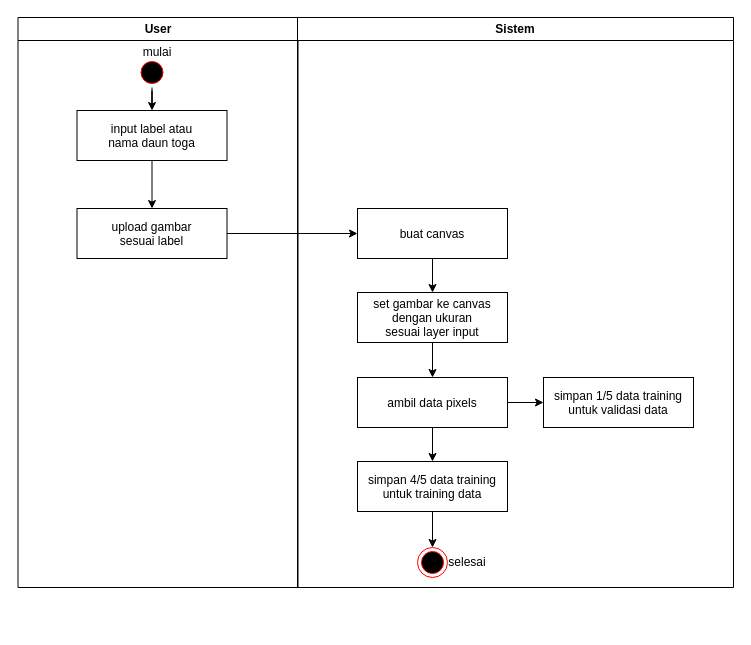
Before: page "input dataset" (3 of 7) of diagram/ActivityDiagram.drawio in fifinal/skripsi-cnn-toga, a draw.io diagram. Source tidied: cells renumbered, new cells numbered last; positions are measured from the earlier drawing's top-left corner, leaving out a move shared by most shapes. Both pictures are drawn from the tidied source at 100%, with x=0, y=0 at pixel (17, 17).
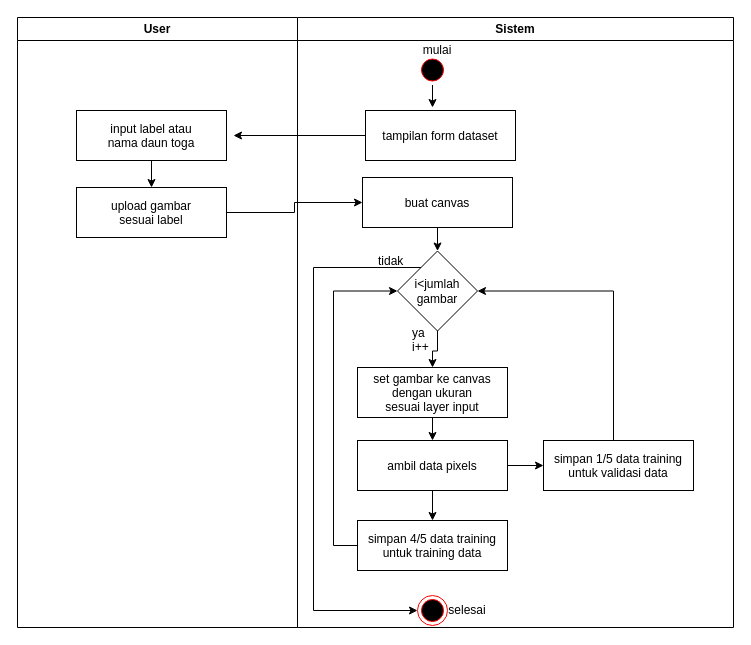
Above is the later version.

Unchanged cells that the change refers to:
```xml
<mxCell id="6" value="input label atau &#10;nama daun toga" parent="2" vertex="1">
  <mxGeometry x="59" y="93" width="150" height="50" as="geometry" />
</mxCell>
```

What changed in the source:
```diff
@@
     <mxCell id="2" value="User" style="swimlane;whiteSpace=wrap;" parent="1" vertex="1">
-      <mxGeometry x="0.5" width="280" height="570" as="geometry" />
+      <mxGeometry width="280" height="610" as="geometry" />
     </mxCell>
-    <mxCell id="3" style="edgeStyle=orthogonalEdgeStyle;rounded=0;jettySize=auto;html=1;" parent="2" edge="1" source="4" target="6">
-      <mxGeometry relative="1" as="geometry" />
-    </mxCell>
-    <mxCell id="4" style="ellipse;shape=startState;fillColor=#000000;strokeColor=#ff0000;" parent="2" vertex="1">
-      <mxGeometry x="119" y="40" width="30" height="30" as="geometry" />
-    </mxCell>
@@
     <mxCell id="7" value="upload gambar&#10;sesuai label" parent="2" vertex="1">
-      <mxGeometry x="59" y="191" width="150" height="50" as="geometry" />
+      <mxGeometry x="59" y="170" width="150" height="50" as="geometry" />
     </mxCell>
-    <mxCell id="8" value="mulai" style="text;html=1;strokeColor=none;fillColor=none;align=center;verticalAlign=middle;whiteSpace=wrap;rounded=0;" parent="2" vertex="1">
-      <mxGeometry x="119" y="25" width="40" height="20" as="geometry" />
-    </mxCell>
     <mxCell id="9" value="Sistem" style="swimlane;whiteSpace=wrap;" parent="1" vertex="1">
-      <mxGeometry x="280" width="436" height="570" as="geometry" />
+      <mxGeometry x="280" width="436" height="610" as="geometry" />
     </mxCell>
-    <mxCell id="10" style="edgeStyle=orthogonalEdgeStyle;rounded=0;jettySize=auto;html=1;" parent="9" edge="1" source="11" target="13">
-      <mxGeometry relative="1" as="geometry" />
-    </mxCell>
+    <mxCell id="23" style="edgeStyle=orthogonalEdgeStyle;rounded=0;jettySize=auto;html=1;entryX=0.5;entryY=0;entryDx=0;entryDy=0;" parent="9" edge="1" source="11" target="29">
+      <mxGeometry relative="1" as="geometry" />
+    </mxCell>
     <mxCell id="11" value="buat canvas" parent="9" vertex="1">
-      <mxGeometry x="60" y="191" width="150" height="50" as="geometry" />
+      <mxGeometry x="65" y="160" width="150" height="50" as="geometry" />
     </mxCell>
@@
     <mxCell id="13" value="set gambar ke canvas&#10;dengan ukuran &#10;sesuai layer input" parent="9" vertex="1">
-      <mxGeometry x="60" y="275" width="150" height="50" as="geometry" />
+      <mxGeometry x="60" y="350" width="150" height="50" as="geometry" />
     </mxCell>
@@
     <mxCell id="16" value="ambil data pixels" parent="9" vertex="1">
-      <mxGeometry x="60" y="360" width="150" height="50" as="geometry" />
+      <mxGeometry x="60" y="423" width="150" height="50" as="geometry" />
     </mxCell>
-    <mxCell id="17" style="edgeStyle=orthogonalEdgeStyle;rounded=0;jettySize=auto;html=1;" parent="9" edge="1" source="18" target="19">
-      <mxGeometry relative="1" as="geometry" />
-    </mxCell>
+    <mxCell id="24" style="edgeStyle=orthogonalEdgeStyle;rounded=0;jettySize=auto;html=1;entryX=0;entryY=0.5;entryDx=0;entryDy=0;" parent="9" edge="1" source="18" target="29">
+      <mxGeometry relative="1" as="geometry">
+        <Array as="points">
+          <mxPoint x="36" y="528" />
+          <mxPoint x="36" y="274" />
+        </Array>
+      </mxGeometry>
+    </mxCell>
     <mxCell id="18" value="simpan 4/5 data training&#10;untuk training data" parent="9" vertex="1">
-      <mxGeometry x="60" y="444" width="150" height="50" as="geometry" />
+      <mxGeometry x="60" y="503" width="150" height="50" as="geometry" />
     </mxCell>
     <mxCell id="19" style="ellipse;html=1;shape=endState;fillColor=#000000;strokeColor=#ff0000;" parent="9" vertex="1">
-      <mxGeometry x="120" y="530" width="30" height="30" as="geometry" />
+      <mxGeometry x="120" y="578" width="30" height="30" as="geometry" />
     </mxCell>
+    <mxCell id="25" style="edgeStyle=orthogonalEdgeStyle;rounded=0;jettySize=auto;html=1;entryX=1;entryY=0.5;entryDx=0;entryDy=0;" parent="9" edge="1" source="20" target="29">
+      <mxGeometry relative="1" as="geometry">
+        <Array as="points">
+          <mxPoint x="316" y="274" />
+        </Array>
+      </mxGeometry>
+    </mxCell>
     <mxCell id="20" value="simpan 1/5 data training&#10;untuk validasi data" parent="9" vertex="1">
-      <mxGeometry x="246" y="360" width="150" height="50" as="geometry" />
+      <mxGeometry x="246" y="423" width="150" height="50" as="geometry" />
     </mxCell>
     <mxCell id="21" value="selesai" style="text;html=1;strokeColor=none;fillColor=none;align=center;verticalAlign=middle;whiteSpace=wrap;rounded=0;" parent="9" vertex="1">
-      <mxGeometry x="150" y="535" width="40" height="20" as="geometry" />
+      <mxGeometry x="150" y="583" width="40" height="20" as="geometry" />
     </mxCell>
+    <mxCell id="26" value="tampilan form dataset" parent="9" vertex="1">
+      <mxGeometry x="68" y="93" width="150" height="50" as="geometry" />
+    </mxCell>
+    <mxCell id="4" style="ellipse;shape=startState;fillColor=#000000;strokeColor=#ff0000;" parent="9" vertex="1">
+      <mxGeometry x="120" y="37.5" width="30" height="30" as="geometry" />
+    </mxCell>
+    <mxCell id="8" value="mulai" style="text;html=1;strokeColor=none;fillColor=none;align=center;verticalAlign=middle;whiteSpace=wrap;rounded=0;" parent="9" vertex="1">
+      <mxGeometry x="120" y="22.5" width="40" height="20" as="geometry" />
+    </mxCell>
+    <mxCell id="27" style="edgeStyle=orthogonalEdgeStyle;rounded=0;jettySize=auto;html=1;entryX=0.5;entryY=0;entryDx=0;entryDy=0;" parent="9" edge="1" source="29" target="13">
+      <mxGeometry relative="1" as="geometry" />
+    </mxCell>
+    <mxCell id="28" style="edgeStyle=orthogonalEdgeStyle;rounded=0;jettySize=auto;html=1;entryX=0;entryY=0.5;entryDx=0;entryDy=0;" parent="9" edge="1" source="29" target="19">
+      <mxGeometry relative="1" as="geometry">
+        <Array as="points">
+          <mxPoint x="16" y="250" />
+          <mxPoint x="16" y="593" />
+        </Array>
+      </mxGeometry>
+    </mxCell>
+    <mxCell id="29" value="i&amp;lt;jumlah gambar" style="rhombus;whiteSpace=wrap;html=1;" parent="9" vertex="1">
+      <mxGeometry x="100" y="233.5" width="80" height="80" as="geometry" />
+    </mxCell>
@@
+    <mxCell id="30" style="edgeStyle=orthogonalEdgeStyle;rounded=0;jettySize=auto;html=1;" parent="1" edge="1" source="4">
+      <mxGeometry relative="1" as="geometry">
+        <mxPoint x="415" y="90" as="targetPoint" />
+      </mxGeometry>
+    </mxCell>
+    <mxCell id="31" style="edgeStyle=orthogonalEdgeStyle;rounded=0;jettySize=auto;html=1;" parent="1" edge="1" source="26">
+      <mxGeometry relative="1" as="geometry">
+        <mxPoint x="216" y="118" as="targetPoint" />
+      </mxGeometry>
+    </mxCell>
+    <mxCell id="32" value="ya&lt;br&gt;i++" style="text;html=1;align=left;verticalAlign=top;spacingTop=-4;" parent="1" vertex="1">
+      <mxGeometry x="393" y="306" width="30" height="30" as="geometry" />
+    </mxCell>
+    <mxCell id="33" value="tidak" style="text;html=1;align=left;verticalAlign=top;spacingTop=-4;" parent="1" vertex="1">
+      <mxGeometry x="359" y="234" width="40" height="20" as="geometry" />
+    </mxCell>
```
